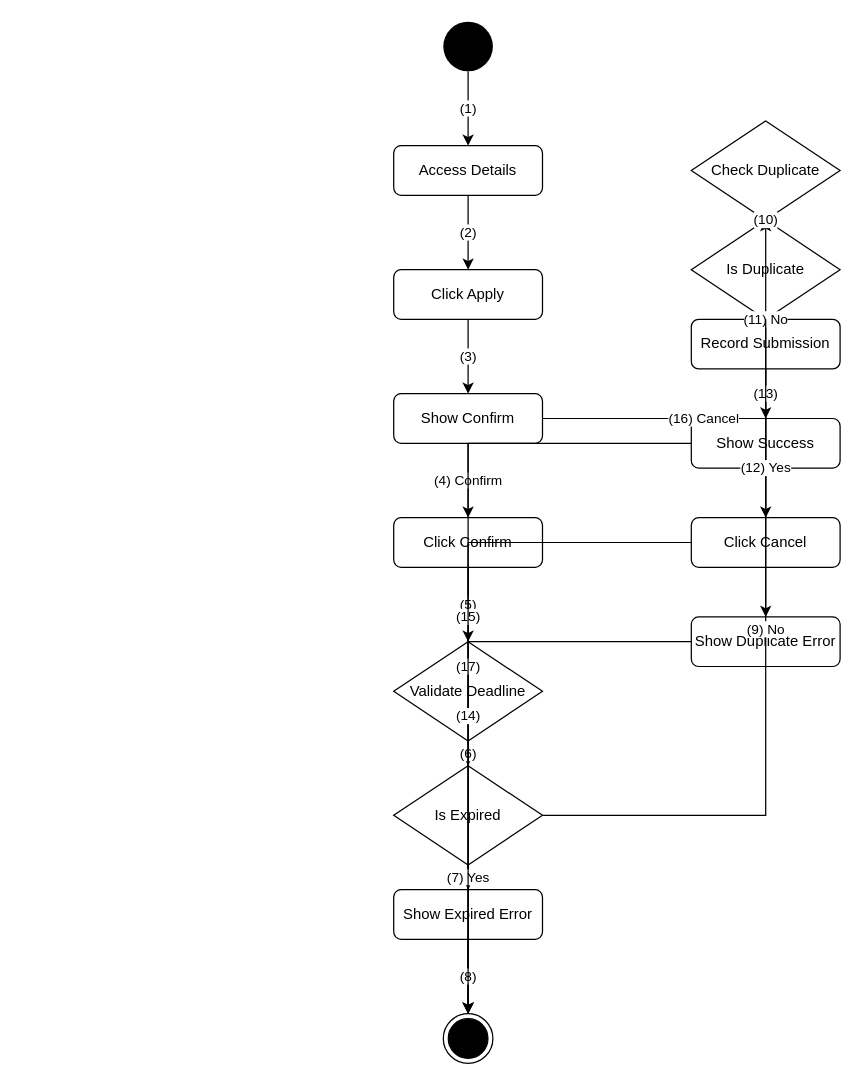
Before: activity_flow/uc54_activity_flow.drawio in kingDlight/UEIMS_Project, a draw.io diagram. Source tidied: cells renumbered, new cells numbered last; positions are measured from the earlier drawing's top-left corner, leaving out a move shared by most shapes. Both pictures are drawn from the tidied source at 124%, with x=0, y=0 at pixel (393, 21).
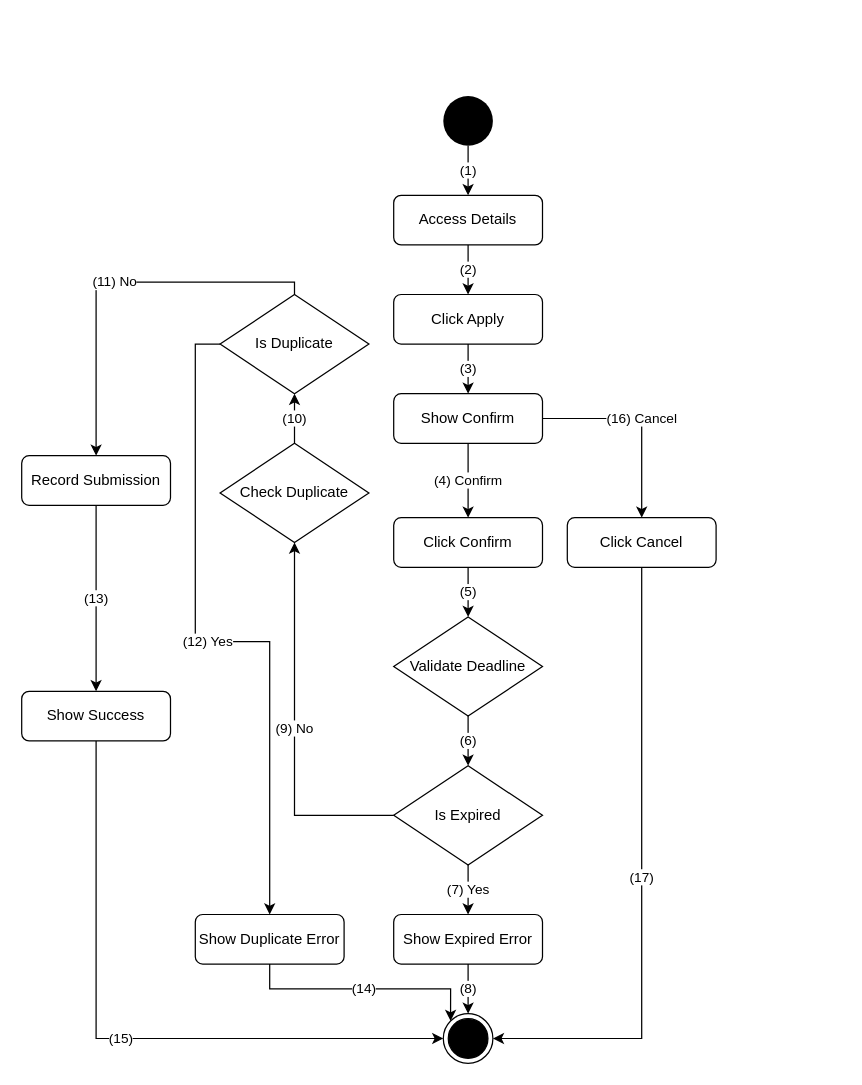
After the change.

The change refers to these unchanged cells:
```xml
<mxCell id="8" value="Is Expired" style="rhombus;whiteSpace=wrap;html=1;" parent="1" vertex="1">
  <mxGeometry y="600" width="120" height="80" as="geometry" />
</mxCell>
<mxCell id="10" style="ellipse;html=1;shape=endState;fillColor=#000000;strokeColor=#000000;" parent="1" vertex="1">
  <mxGeometry x="40" y="800" width="40" height="40" as="geometry" />
</mxCell>
```

The edit, as a diff of the source:
```diff
@@
     <mxCell id="2" style="ellipse;whiteSpace=wrap;html=1;fillColor=#000000;strokeColor=none;" parent="1" vertex="1">
-      <mxGeometry x="40" width="40" height="40" as="geometry" />
+      <mxGeometry x="40" y="60" width="40" height="40" as="geometry" />
     </mxCell>
     <mxCell id="3" value="Access Details" style="rounded=1;whiteSpace=wrap;html=1;" parent="1" vertex="1">
-      <mxGeometry y="100" width="120" height="40" as="geometry" />
+      <mxGeometry y="140" width="120" height="40" as="geometry" />
     </mxCell>
     <mxCell id="4" value="Click Apply" style="rounded=1;whiteSpace=wrap;html=1;" parent="1" vertex="1">
-      <mxGeometry y="200" width="120" height="40" as="geometry" />
+      <mxGeometry y="220" width="120" height="40" as="geometry" />
     </mxCell>
@@
     <mxCell id="7" value="Validate Deadline" style="rhombus;whiteSpace=wrap;html=1;" parent="1" vertex="1">
-      <mxGeometry y="500" width="120" height="80" as="geometry" />
+      <mxGeometry y="480" width="120" height="80" as="geometry" />
     </mxCell>
@@
     <mxCell id="9" value="Show Expired Error" style="rounded=1;whiteSpace=wrap;html=1;" parent="1" vertex="1">
-      <mxGeometry y="700" width="120" height="40" as="geometry" />
+      <mxGeometry y="720" width="120" height="40" as="geometry" />
     </mxCell>
@@
     <mxCell id="11" value="Check Duplicate" style="rhombus;whiteSpace=wrap;html=1;" parent="1" vertex="1">
-      <mxGeometry x="240" y="80" width="120" height="80" as="geometry" />
+      <mxGeometry x="-140" y="340" width="120" height="80" as="geometry" />
     </mxCell>
     <mxCell id="12" value="Is Duplicate" style="rhombus;whiteSpace=wrap;html=1;" parent="1" vertex="1">
-      <mxGeometry x="240" y="160" width="120" height="80" as="geometry" />
+      <mxGeometry x="-140" y="220" width="120" height="80" as="geometry" />
     </mxCell>
     <mxCell id="13" value="Record Submission" style="rounded=1;whiteSpace=wrap;html=1;" parent="1" vertex="1">
-      <mxGeometry x="240" y="240" width="120" height="40" as="geometry" />
+      <mxGeometry x="-300" y="350" width="120" height="40" as="geometry" />
     </mxCell>
     <mxCell id="14" value="Show Success" style="rounded=1;whiteSpace=wrap;html=1;" parent="1" vertex="1">
-      <mxGeometry x="240" y="320" width="120" height="40" as="geometry" />
+      <mxGeometry x="-300" y="540" width="120" height="40" as="geometry" />
     </mxCell>
     <mxCell id="15" value="Click Cancel" style="rounded=1;whiteSpace=wrap;html=1;" parent="1" vertex="1">
-      <mxGeometry x="240" y="400" width="120" height="40" as="geometry" />
+      <mxGeometry x="140" y="400" width="120" height="40" as="geometry" />
     </mxCell>
     <mxCell id="16" value="Show Duplicate Error" style="rounded=1;whiteSpace=wrap;html=1;" parent="1" vertex="1">
-      <mxGeometry x="240" y="480" width="120" height="40" as="geometry" />
+      <mxGeometry x="-160" y="720" width="120" height="40" as="geometry" />
     </mxCell>
@@
-    <mxCell id="23" value="(9) No" style="edgeStyle=orthogonalEdgeStyle;rounded=0;html=1;exitX=1;exitY=0.5;entryX=0.5;entryY=1;" parent="1" edge="1" source="8" target="11">
+    <mxCell id="23" value="(9) No" style="edgeStyle=orthogonalEdgeStyle;rounded=0;html=1;exitX=0;exitY=0.5;entryX=0.5;entryY=1;exitDx=0;exitDy=0;" parent="1" edge="1" source="8" target="11">
       <mxGeometry relative="1" as="geometry" />
     </mxCell>
-    <mxCell id="24" value="(10)" style="edgeStyle=orthogonalEdgeStyle;rounded=0;html=1;exitX=0.5;exitY=1;entryX=0.5;entryY=0;" parent="1" edge="1" source="11" target="12">
+    <mxCell id="24" value="(10)" style="edgeStyle=orthogonalEdgeStyle;rounded=0;html=1;exitX=0.5;exitY=0;entryX=0.5;entryY=1;exitDx=0;exitDy=0;entryDx=0;entryDy=0;" parent="1" edge="1" source="11" target="12">
       <mxGeometry relative="1" as="geometry" />
     </mxCell>
-    <mxCell id="25" value="(11) No" style="edgeStyle=orthogonalEdgeStyle;rounded=0;html=1;exitX=0.5;exitY=1;entryX=0.5;entryY=0;" parent="1" edge="1" source="12" target="13">
+    <mxCell id="25" value="(11) No" style="edgeStyle=orthogonalEdgeStyle;rounded=0;html=1;exitX=0.5;exitY=0;entryX=0.5;entryY=0;exitDx=0;exitDy=0;" parent="1" edge="1" source="12" target="13">
       <mxGeometry relative="1" as="geometry" />
     </mxCell>
@@
-    <mxCell id="27" value="(15)" style="edgeStyle=orthogonalEdgeStyle;rounded=0;html=1;exitX=0;exitY=0.5;entryX=0.5;entryY=0;" parent="1" edge="1" source="14" target="10">
+    <mxCell id="27" value="(15)" style="edgeStyle=orthogonalEdgeStyle;rounded=0;html=1;exitX=0.5;exitY=1;entryX=0;entryY=0.5;entryDx=0;entryDy=0;exitDx=0;exitDy=0;" parent="1" edge="1" source="14" target="10">
       <mxGeometry relative="1" as="geometry" />
     </mxCell>
@@
-    <mxCell id="29" value="(17)" style="edgeStyle=orthogonalEdgeStyle;rounded=0;html=1;exitX=0;exitY=0.5;entryX=0.5;entryY=0;" parent="1" edge="1" source="15" target="10">
+    <mxCell id="29" value="(17)" style="edgeStyle=orthogonalEdgeStyle;rounded=0;html=1;exitX=0.5;exitY=1;entryX=1;entryY=0.5;exitDx=0;exitDy=0;entryDx=0;entryDy=0;" parent="1" edge="1" source="15" target="10">
       <mxGeometry relative="1" as="geometry" />
     </mxCell>
@@
-    <mxCell id="32" value="(12) Yes" style="edgeStyle=orthogonalEdgeStyle;rounded=0;html=1;exitX=0.5;exitY=1;entryX=0.5;entryY=0;" parent="1" edge="1" source="12" target="16">
-      <mxGeometry relative="1" as="geometry" />
+    <mxCell id="32" value="(12) Yes" style="edgeStyle=orthogonalEdgeStyle;rounded=0;html=1;exitX=0;exitY=0.5;entryX=0.5;entryY=0;exitDx=0;exitDy=0;" parent="1" edge="1" source="12" target="16">
+      <mxGeometry relative="1" as="geometry">
+        <Array as="points">
+          <mxPoint x="-160" y="260" />
+          <mxPoint x="-160" y="500" />
+          <mxPoint x="-100" y="500" />
+        </Array>
+      </mxGeometry>
     </mxCell>
-    <mxCell id="33" value="(14)" style="edgeStyle=orthogonalEdgeStyle;rounded=0;html=1;exitX=0;exitY=0.5;entryX=0.5;entryY=0;" parent="1" edge="1" source="16" target="10">
+    <mxCell id="33" value="(14)" style="edgeStyle=orthogonalEdgeStyle;rounded=0;html=1;exitX=0.5;exitY=1;entryX=0;entryY=0;exitDx=0;exitDy=0;entryDx=0;entryDy=0;" parent="1" edge="1" source="16" target="10">
       <mxGeometry relative="1" as="geometry" />
     </mxCell>
```
